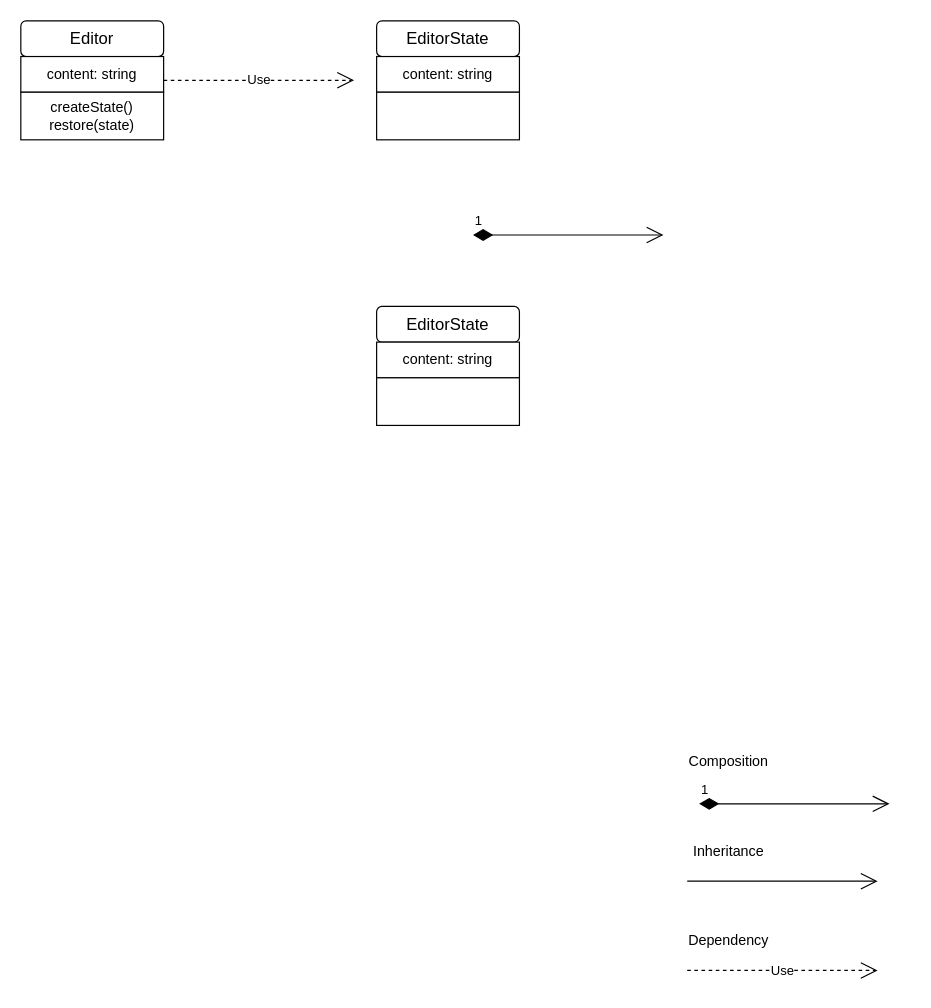
Earlier version of the draw.io diagram Memento Pattern.drawio (Youssef-Benali/openfoodfacts-nodejs). Source tidied: cells renumbered, new cells numbered last; positions are measured from the earlier drawing's top-left corner, leaving out a move shared by most shapes. Both pictures are drawn from the tidied source at 119%, with x=0, y=0 at pixel (20, 20).
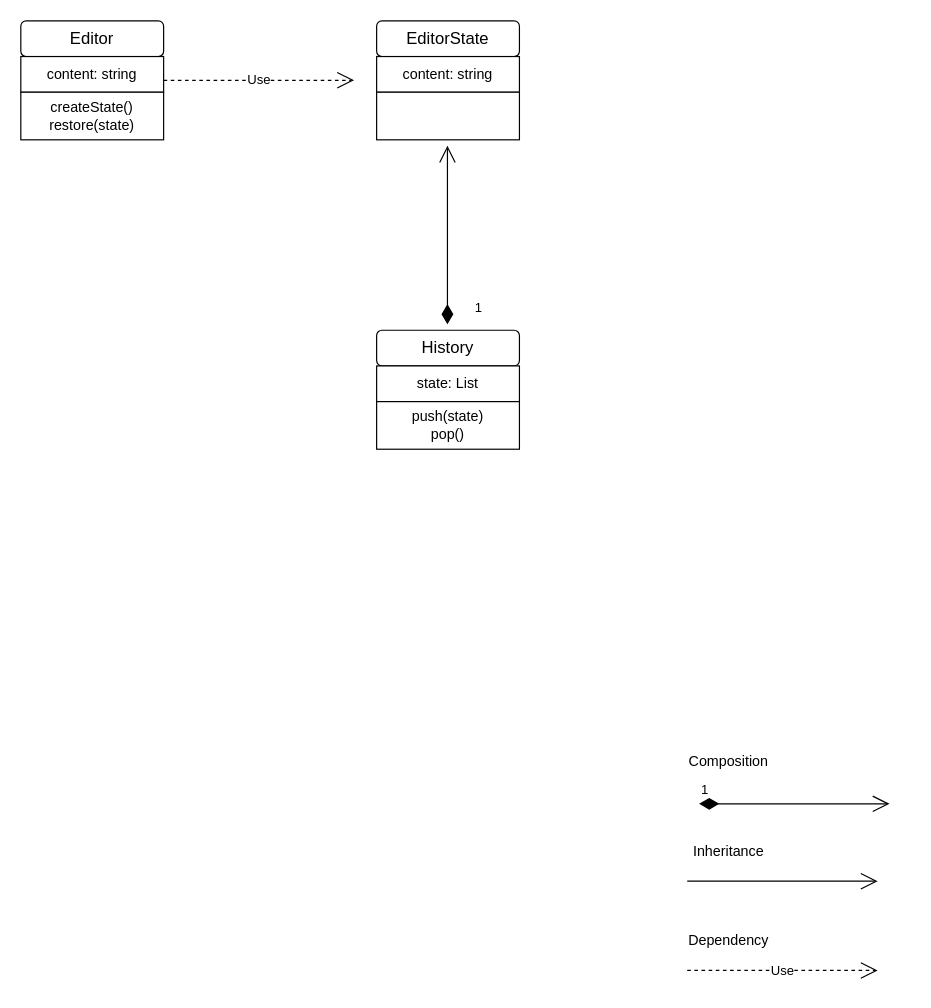
Above is the later version.

Diff of the diagram source:
```diff
@@
     <mxCell id="2" value="1" style="endArrow=open;html=1;endSize=12;startArrow=diamondThin;startSize=14;startFill=1;edgeStyle=orthogonalEdgeStyle;align=left;verticalAlign=bottom;rounded=0;" parent="1" edge="1">
-      <mxGeometry x="-1" y="3" relative="1" as="geometry">
-        <mxPoint x="380" y="180" as="sourcePoint" />
-        <mxPoint x="540" y="180" as="targetPoint" />
+      <mxGeometry x="-0.93" y="-21" relative="1" as="geometry">
+        <mxPoint x="358.5" y="255" as="sourcePoint" />
+        <mxPoint x="358.5" y="105" as="targetPoint" />
+        <Array as="points">
+          <mxPoint x="359" y="180" />
+          <mxPoint x="359" y="180" />
+        </Array>
       </mxGeometry>
     </mxCell>
@@
-    <mxCell id="15" value="&lt;font style=&quot;font-size: 14px;&quot;&gt;EditorState&lt;br&gt;&lt;/font&gt;" style="rounded=1;whiteSpace=wrap;html=1;" parent="1" vertex="1">
-      <mxGeometry x="299" y="240" width="120" height="30" as="geometry" />
+    <mxCell id="15" value="&lt;font style=&quot;font-size: 14px;&quot;&gt;History&lt;br&gt;&lt;/font&gt;" style="rounded=1;whiteSpace=wrap;html=1;" parent="1" vertex="1">
+      <mxGeometry x="299" y="260" width="120" height="30" as="geometry" />
     </mxCell>
-    <mxCell id="16" value="content: string" style="rounded=0;whiteSpace=wrap;html=1;" parent="1" vertex="1">
-      <mxGeometry x="299" y="270" width="120" height="30" as="geometry" />
+    <mxCell id="16" value="state: List" style="rounded=0;whiteSpace=wrap;html=1;" parent="1" vertex="1">
+      <mxGeometry x="299" y="290" width="120" height="30" as="geometry" />
     </mxCell>
-    <mxCell id="17" style="rounded=0;whiteSpace=wrap;html=1;" parent="1" vertex="1">
-      <mxGeometry x="299" y="300" width="120" height="40" as="geometry" />
+    <mxCell id="17" value="push(state)&lt;br&gt;pop()" style="rounded=0;whiteSpace=wrap;html=1;" parent="1" vertex="1">
+      <mxGeometry x="299" y="320" width="120" height="40" as="geometry" />
     </mxCell>
```
